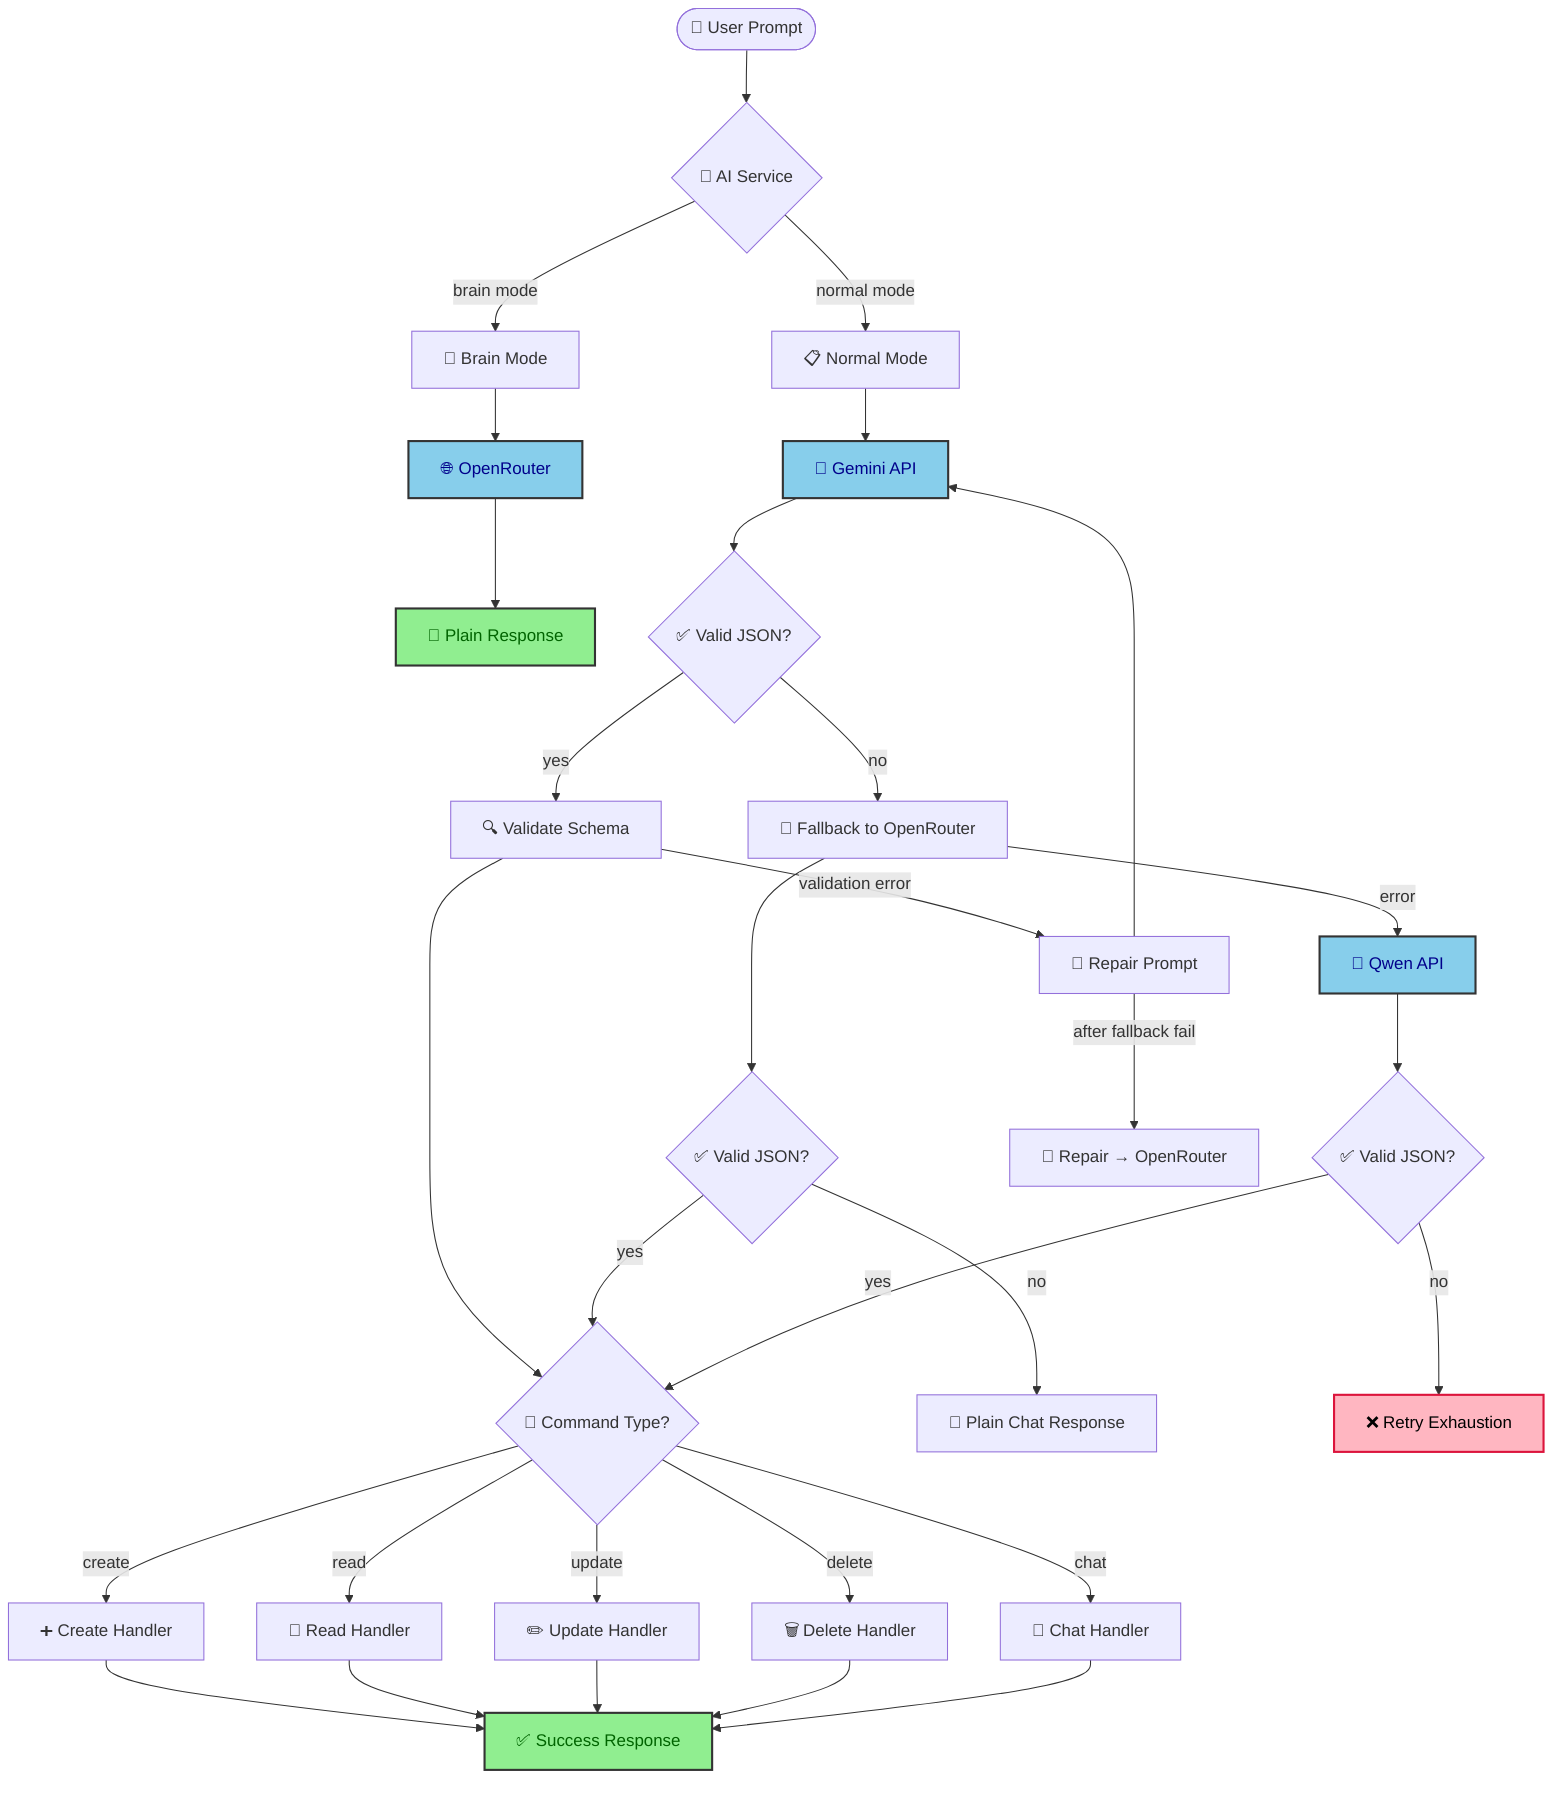
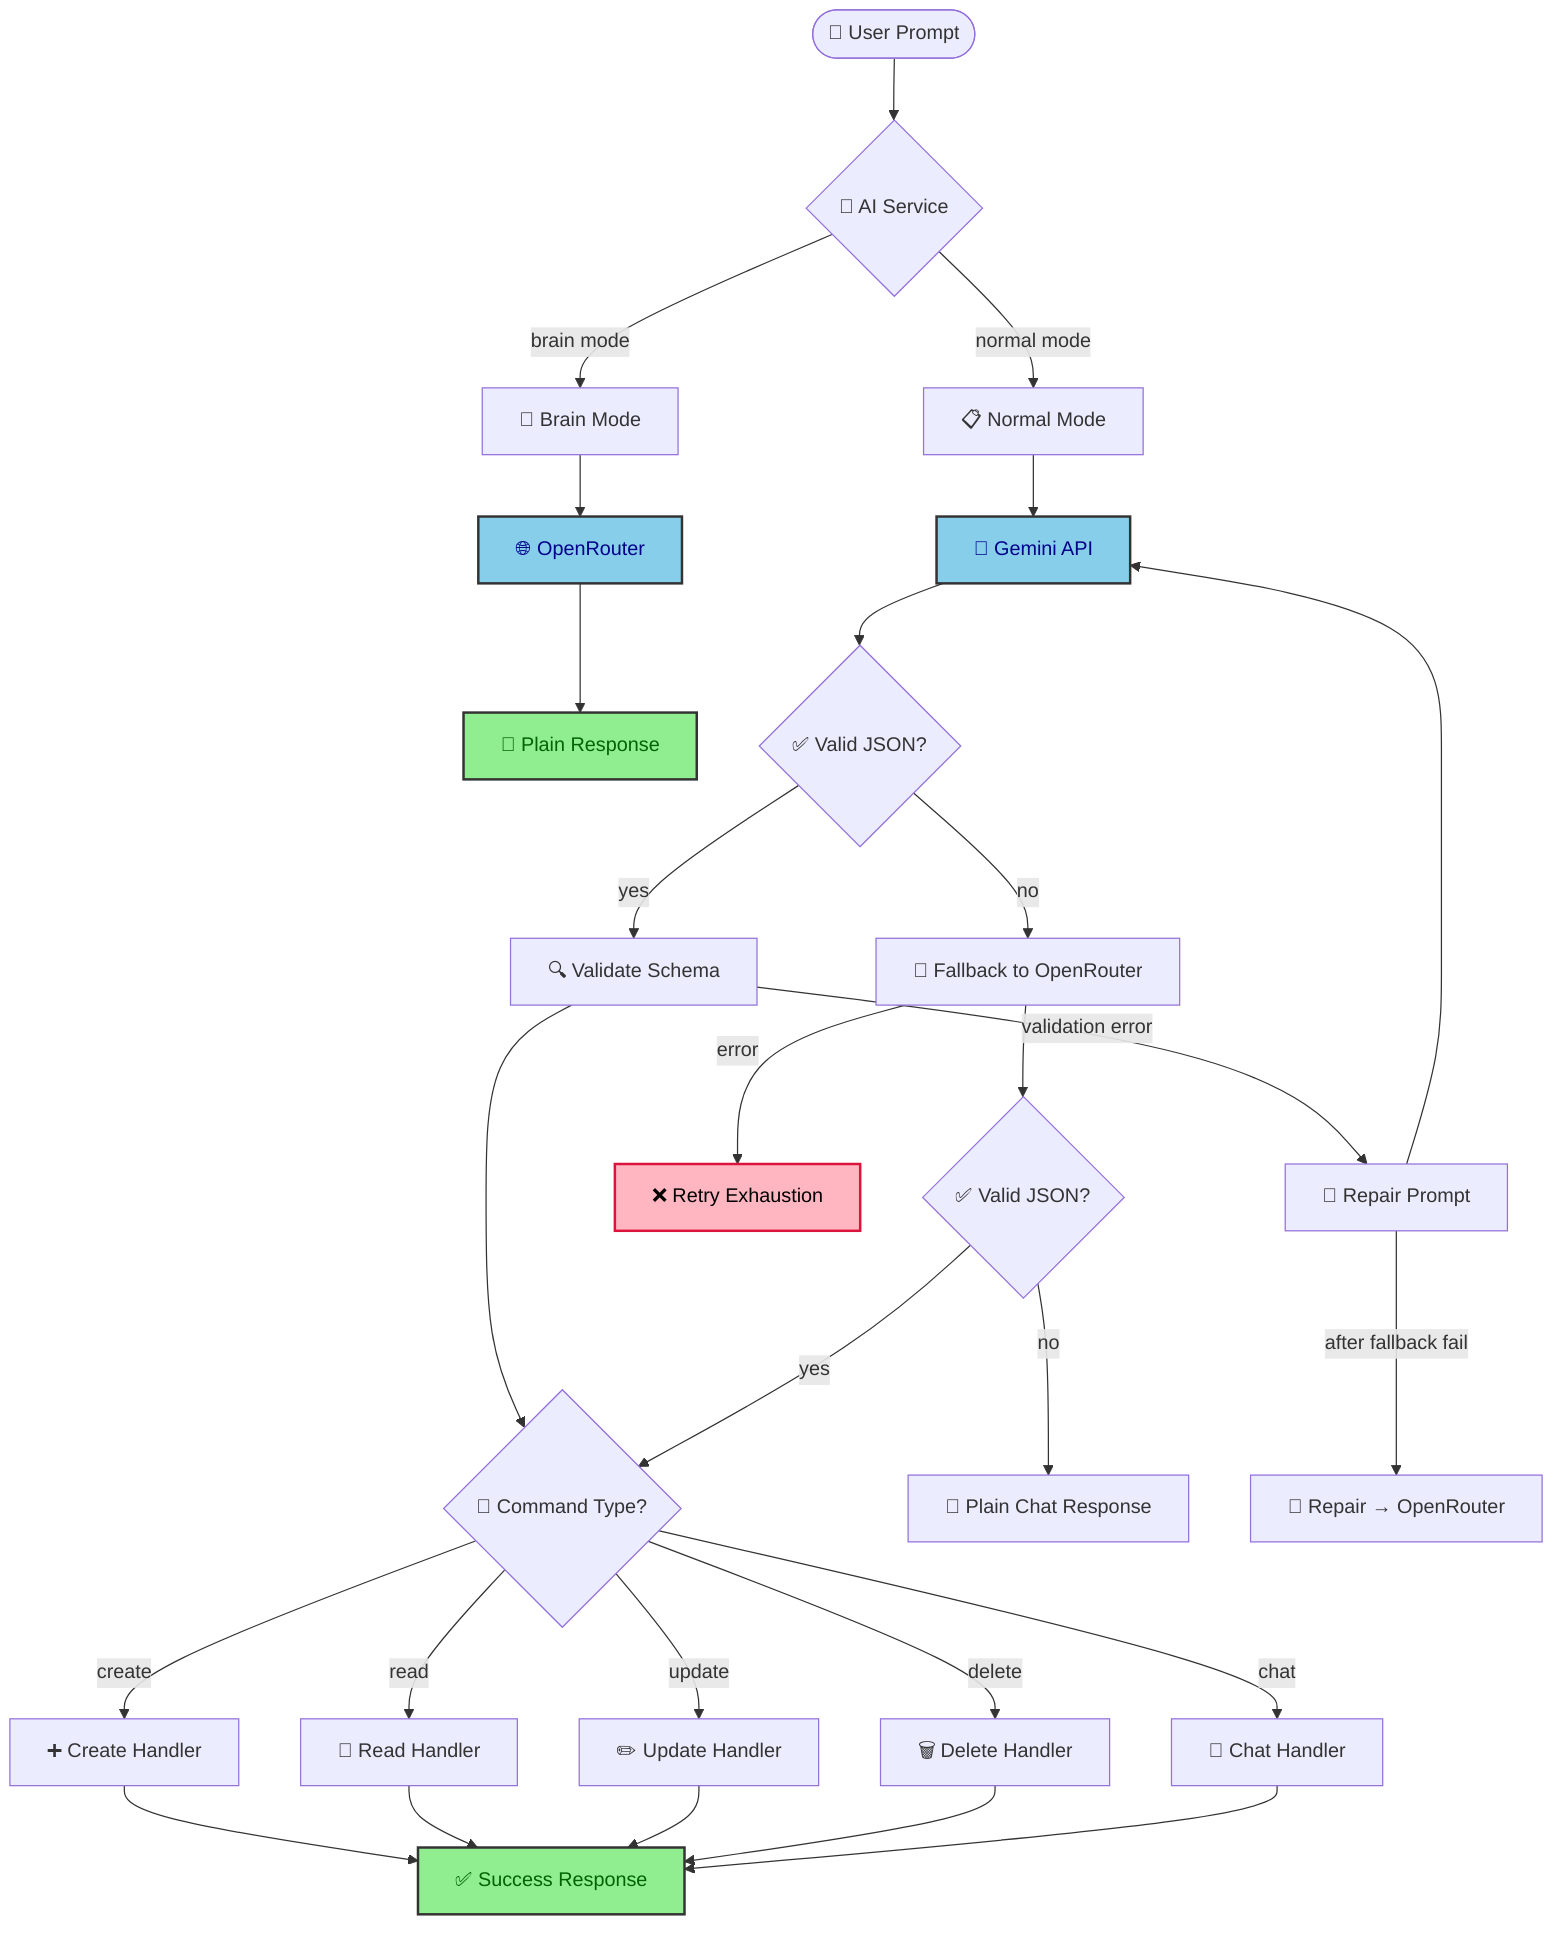
flowchart TD
    Start([👤 User Prompt]) --> AIService{🤖 AI Service}

    %% Mode selection
    AIService -->|brain mode| BrainMode[🧠 Brain Mode]
    AIService -->|normal mode| NormalMode[📋 Normal Mode]

    %% Brain mode - direct to OpenRouter
    BrainMode --> ORBrain[🌐 OpenRouter]
    ORBrain --> BrainResult[💬 Plain Response]

    %% Normal mode flow
    NormalMode --> Gemini[🔮 Gemini API]
    Gemini --> Parse1{✅ Valid JSON?}

    %% Gemini success
    Parse1 -->|yes| Validate[🔍 Validate Schema]
    Validate --> RouteCRUD{📌 Command Type?}

    RouteCRUD -->|create| CreateOp[➕ Create Handler]
    RouteCRUD -->|read| ReadOp[📖 Read Handler]
    RouteCRUD -->|update| UpdateOp[✏️ Update Handler]
    RouteCRUD -->|delete| DeleteOp[🗑️ Delete Handler]
    RouteCRUD -->|chat| ChatOp[💬 Chat Handler]

    CreateOp --> Success1[✅ Success Response]
    ReadOp --> Success1
    UpdateOp --> Success1
    DeleteOp --> Success1
    ChatOp --> Success1

    %% Gemini failure paths
    Parse1 -->|no| Fallback1[🔄 Fallback to OpenRouter]
    Fallback1 --> Parse2{✅ Valid JSON?}

    Parse2 -->|yes| RouteCRUD
    Parse2 -->|no| FallbackChat[💬 Plain Chat Response]

-     %% OpenRouter failure → Qwen
-     Fallback1 --> |error| Qwen[🐋 Qwen API]
-     Qwen --> Parse3{✅ Valid JSON?}
- 
-     Parse3 -->|yes| RouteCRUD
-     Parse3 -->|no| Exhaustion[❌ Retry Exhaustion]
+     %% OpenRouter failure → Retry exhaustion
+     Fallback1 --> |error| Exhaustion[❌ Retry Exhaustion]

    %% Repair prompt flow
    Validate -->|validation error| Repair[🔧 Repair Prompt]
    Repair --> Gemini
    Repair -->|after fallback fail| RepairOR[🔧 Repair → OpenRouter]

    %% Styling
    classDef success fill:#90EE90,stroke:#333,stroke-width:2px,color:darkgreen
    classDef error fill:#FFB6C1,stroke:#DC143C,stroke-width:2px,color:black
    classDef api fill:#87CEEB,stroke:#333,stroke-width:2px,color:darkblue

-     class Gemini,Qwen,ORBrain api
+     class Gemini,ORBrain api
    class Success1,BrainResult success
    class Exhaustion error